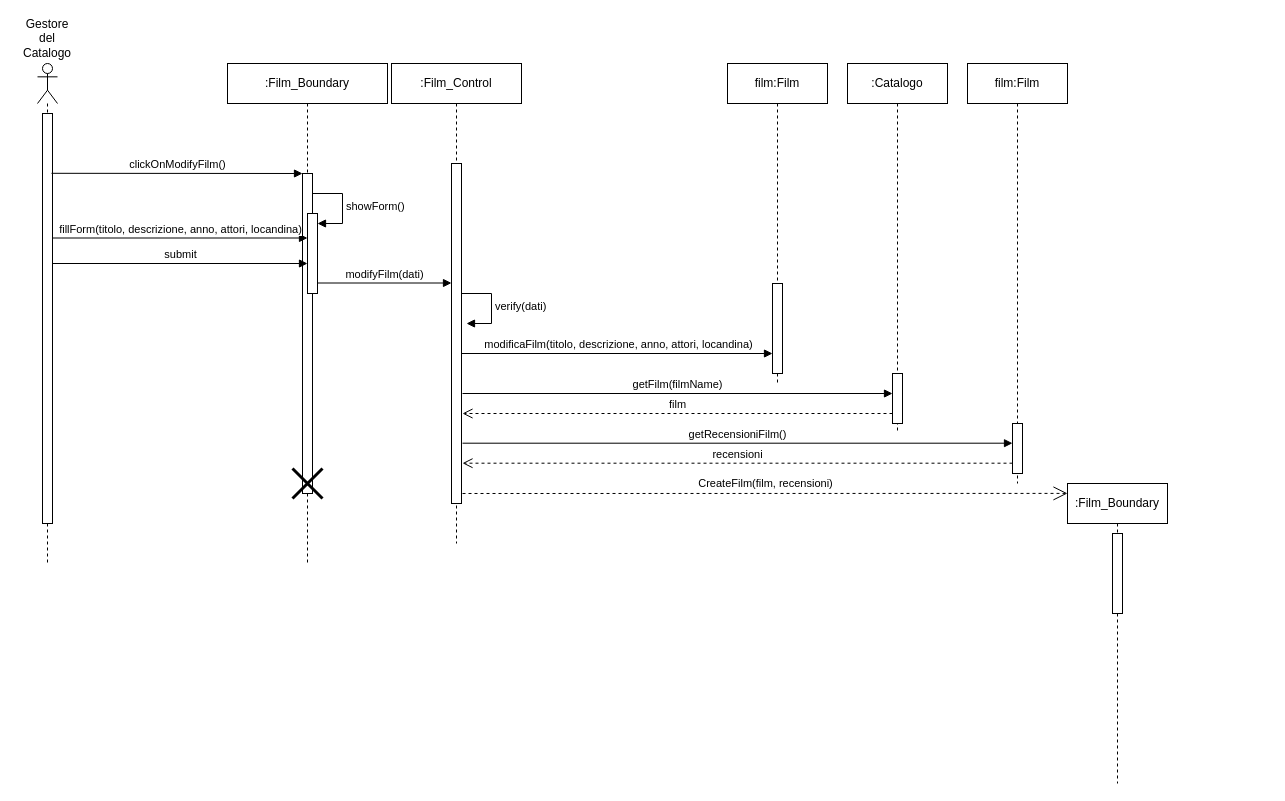
Above: New Diagrams/Sequence Diagrams/UC22- Modifica di un film del catalogo.drawio in superfra01/Rated (draw.io), before the change. Source tidied: cells renumbered, new cells numbered last; positions are measured from the earlier drawing's top-left corner, leaving out a move shared by most shapes. Both pictures are drawn from the tidied source at 100%, with x=0, y=0 at pixel (17, 23).
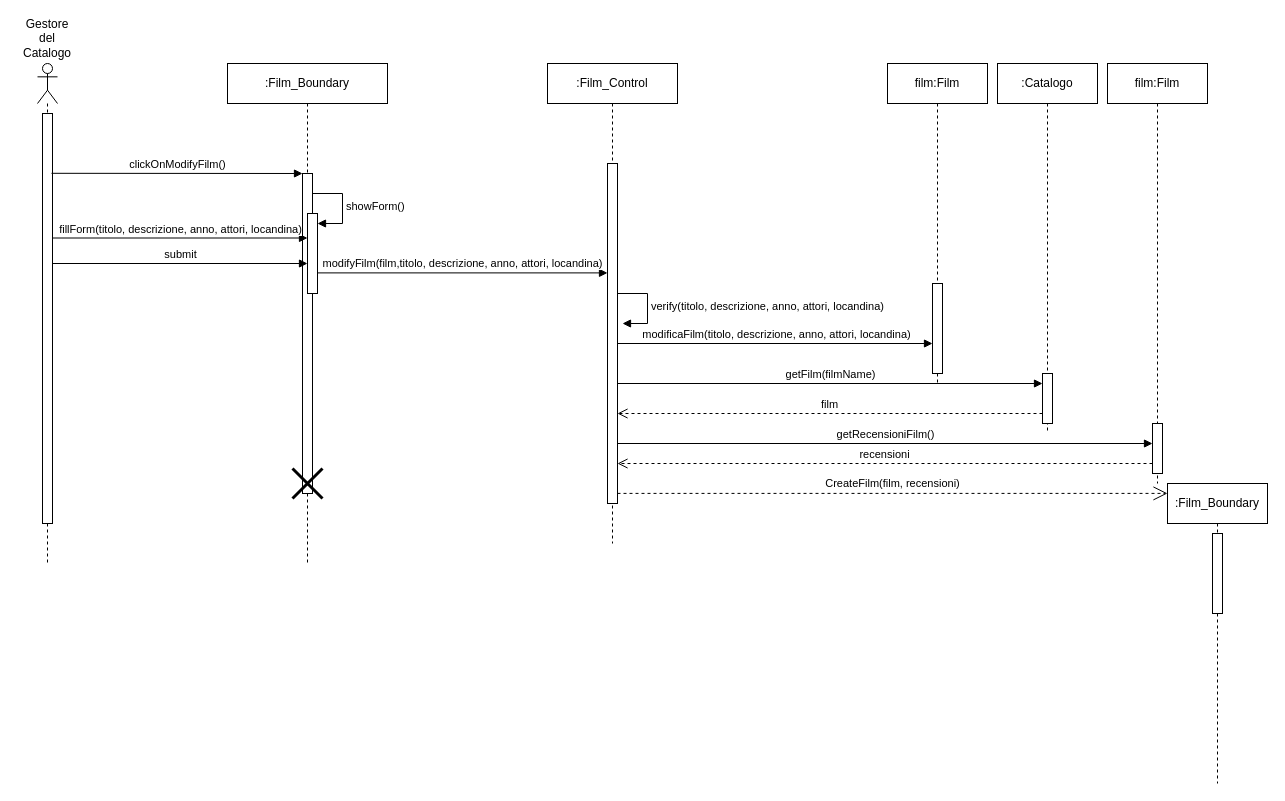
The same page after the edit.

Unchanged cells that the change refers to:
```xml
<mxCell id="8" style="html=1;points=[[0,0,0,0,5],[0,1,0,0,-5],[1,0,0,0,5],[1,1,0,0,-5]];perimeter=orthogonalPerimeter;outlineConnect=0;targetShapes=umlLifeline;portConstraint=eastwest;newEdgeStyle={&quot;curved&quot;:0,&quot;rounded&quot;:0};" parent="6" vertex="1">
  <mxGeometry x="80" y="150" width="10" height="80" as="geometry" />
</mxCell>
<mxCell id="12" style="html=1;points=[[0,0,0,0,5],[0,1,0,0,-5],[1,0,0,0,5],[1,1,0,0,-5]];perimeter=orthogonalPerimeter;outlineConnect=0;targetShapes=umlLifeline;portConstraint=eastwest;newEdgeStyle={&quot;curved&quot;:0,&quot;rounded&quot;:0};" parent="11" vertex="1">
  <mxGeometry x="60" y="100" width="10" height="340" as="geometry" />
</mxCell>
<mxCell id="21" style="html=1;points=[[0,0,0,0,5],[0,1,0,0,-5],[1,0,0,0,5],[1,1,0,0,-5]];perimeter=orthogonalPerimeter;outlineConnect=0;targetShapes=umlLifeline;portConstraint=eastwest;newEdgeStyle={&quot;curved&quot;:0,&quot;rounded&quot;:0};" parent="20" vertex="1">
  <mxGeometry x="45" y="360" width="10" height="50" as="geometry" />
</mxCell>
<mxCell id="23" style="html=1;points=[[0,0,0,0,5],[0,1,0,0,-5],[1,0,0,0,5],[1,1,0,0,-5]];perimeter=orthogonalPerimeter;outlineConnect=0;targetShapes=umlLifeline;portConstraint=eastwest;newEdgeStyle={&quot;curved&quot;:0,&quot;rounded&quot;:0};" parent="22" vertex="1">
  <mxGeometry x="45" y="310" width="10" height="50" as="geometry" />
</mxCell>
```

Diff of the diagram source:
```diff
@@
     <mxCell id="11" value=":Film_Control" style="shape=umlLifeline;perimeter=lifelinePerimeter;whiteSpace=wrap;html=1;newEdgeStyle={&quot;curved&quot;:0,&quot;rounded&quot;:0};" parent="1" vertex="1">
-      <mxGeometry x="374" y="40" width="130" height="480" as="geometry" />
+      <mxGeometry x="530" y="40" width="130" height="480" as="geometry" />
     </mxCell>
@@
-    <mxCell id="13" value="verify(dati)" style="html=1;align=left;spacingLeft=2;endArrow=block;rounded=0;edgeStyle=orthogonalEdgeStyle;curved=0;rounded=0;" parent="11" edge="1">
+    <mxCell id="13" value="verify(t&lt;span style=&quot;text-align: center;&quot;&gt;itolo, descrizione, anno, attori, locandina&lt;/span&gt;)" style="html=1;align=left;spacingLeft=2;endArrow=block;rounded=0;edgeStyle=orthogonalEdgeStyle;curved=0;rounded=0;" parent="11" edge="1">
       <mxGeometry relative="1" as="geometry">
         <mxPoint x="70" y="230" as="sourcePoint" />
         <mxPoint x="75" y="260" as="targetPoint" />
         <Array as="points">
           <mxPoint x="100" y="260" />
         </Array>
       </mxGeometry>
     </mxCell>
     <mxCell id="14" value="film:Film" style="shape=umlLifeline;perimeter=lifelinePerimeter;whiteSpace=wrap;html=1;newEdgeStyle={&quot;curved&quot;:0,&quot;rounded&quot;:0};" parent="1" vertex="1">
-      <mxGeometry x="710" y="40" width="100" height="320" as="geometry" />
+      <mxGeometry x="870" y="40" width="100" height="320" as="geometry" />
     </mxCell>
@@
-    <mxCell id="17" value="modifyFilm(dati)" style="html=1;verticalAlign=bottom;endArrow=block;curved=0;rounded=0;" parent="1" edge="1" source="8">
+    <mxCell id="17" value="modifyFilm(film,titolo, descrizione, anno, attori, locandina)" style="html=1;verticalAlign=bottom;endArrow=block;curved=0;rounded=0;" parent="1" edge="1" target="12">
       <mxGeometry relative="1" as="geometry">
-        <mxPoint x="434" y="259.5" as="targetPoint" />
+        <mxPoint x="300" y="249.4" as="sourcePoint" />
       </mxGeometry>
     </mxCell>
     <mxCell id="18" value="modificaFilm(titolo, descrizione, anno, attori, locandina)" style="html=1;verticalAlign=bottom;endArrow=block;curved=0;rounded=0;" parent="1" edge="1">
       <mxGeometry x="0.01" relative="1" as="geometry">
-        <mxPoint x="444" y="330" as="sourcePoint" />
-        <mxPoint x="755" y="330" as="targetPoint" />
+        <mxPoint x="600" y="320" as="sourcePoint" />
+        <mxPoint x="915" y="320" as="targetPoint" />
       </mxGeometry>
     </mxCell>
@@
     <mxCell id="20" value="film:Film" style="shape=umlLifeline;perimeter=lifelinePerimeter;whiteSpace=wrap;html=1;newEdgeStyle={&quot;curved&quot;:0,&quot;rounded&quot;:0};" parent="1" vertex="1">
-      <mxGeometry x="950" y="40" width="100" height="420" as="geometry" />
+      <mxGeometry x="1090" y="40" width="100" height="420" as="geometry" />
     </mxCell>
@@
     <mxCell id="22" value=":Catalogo" style="shape=umlLifeline;perimeter=lifelinePerimeter;whiteSpace=wrap;html=1;newEdgeStyle={&quot;curved&quot;:0,&quot;rounded&quot;:0};" parent="1" vertex="1">
-      <mxGeometry x="830" y="40" width="100" height="370" as="geometry" />
+      <mxGeometry x="980" y="40" width="100" height="370" as="geometry" />
     </mxCell>
@@
-    <mxCell id="24" value="getFilm(filmName)" style="html=1;verticalAlign=bottom;endArrow=block;curved=0;rounded=0;" parent="1" edge="1" target="23">
+    <mxCell id="24" value="getFilm(filmName)" style="html=1;verticalAlign=bottom;endArrow=block;curved=0;rounded=0;" parent="1" edge="1">
       <mxGeometry relative="1" as="geometry">
-        <mxPoint x="445" y="370" as="sourcePoint" />
+        <mxPoint x="600" y="360" as="sourcePoint" />
+        <mxPoint x="1025" y="360" as="targetPoint" />
       </mxGeometry>
     </mxCell>
-    <mxCell id="25" value="film" style="html=1;verticalAlign=bottom;endArrow=open;dashed=1;endSize=8;curved=0;rounded=0;" parent="1" edge="1" source="23">
+    <mxCell id="25" value="film" style="html=1;verticalAlign=bottom;endArrow=open;dashed=1;endSize=8;curved=0;rounded=0;" parent="1" edge="1">
       <mxGeometry relative="1" as="geometry">
-        <mxPoint x="445" y="390" as="targetPoint" />
+        <mxPoint x="1025" y="390" as="sourcePoint" />
+        <mxPoint x="600" y="390" as="targetPoint" />
       </mxGeometry>
     </mxCell>
-    <mxCell id="26" value="getRecensioniFilm()" style="html=1;verticalAlign=bottom;endArrow=block;curved=0;rounded=0;" parent="1" edge="1" target="21">
+    <mxCell id="26" value="getRecensioniFilm()" style="html=1;verticalAlign=bottom;endArrow=block;curved=0;rounded=0;" parent="1" edge="1">
       <mxGeometry relative="1" as="geometry">
-        <mxPoint x="445" y="419.7" as="sourcePoint" />
+        <mxPoint x="600" y="420" as="sourcePoint" />
+        <mxPoint x="1135" y="420" as="targetPoint" />
       </mxGeometry>
     </mxCell>
-    <mxCell id="27" value="recensioni" style="html=1;verticalAlign=bottom;endArrow=open;dashed=1;endSize=8;curved=0;rounded=0;" parent="1" edge="1" source="21">
+    <mxCell id="27" value="recensioni" style="html=1;verticalAlign=bottom;endArrow=open;dashed=1;endSize=8;curved=0;rounded=0;" parent="1" edge="1">
       <mxGeometry relative="1" as="geometry">
-        <mxPoint x="445" y="439.7" as="targetPoint" />
+        <mxPoint x="1135" y="440" as="sourcePoint" />
+        <mxPoint x="600" y="440" as="targetPoint" />
       </mxGeometry>
     </mxCell>
     <mxCell id="28" value=":Film_Boundary" style="shape=umlLifeline;perimeter=lifelinePerimeter;whiteSpace=wrap;html=1;outlineConnect=0;portConstraint=eastwest;newEdgeStyle={&quot;curved&quot;:0,&quot;rounded&quot;:0};" parent="1" vertex="1">
-      <mxGeometry x="1050" y="460" width="100" height="300" as="geometry" />
+      <mxGeometry x="1150" y="460" width="100" height="300" as="geometry" />
     </mxCell>
@@
-    <mxCell id="30" value="CreateFilm(film, recensioni)" style="endArrow=open;endSize=12;dashed=1;html=1;rounded=0;entryX=0;entryY=0.033;entryDx=0;entryDy=0;entryPerimeter=0;" parent="1" edge="1" target="28">
-      <mxGeometry y="10" relative="1" as="geometry">
-        <mxPoint x="445" y="470" as="sourcePoint" />
-      </mxGeometry>
+    <mxCell id="30" value="CreateFilm(film, recensioni)" style="endArrow=open;endSize=12;dashed=1;html=1;rounded=0;entryX=0;entryY=0.033;entryDx=0;entryDy=0;entryPerimeter=0;" parent="1" edge="1" source="12" target="28">
+      <mxGeometry y="10" relative="1" as="geometry" />
     </mxCell>
```
